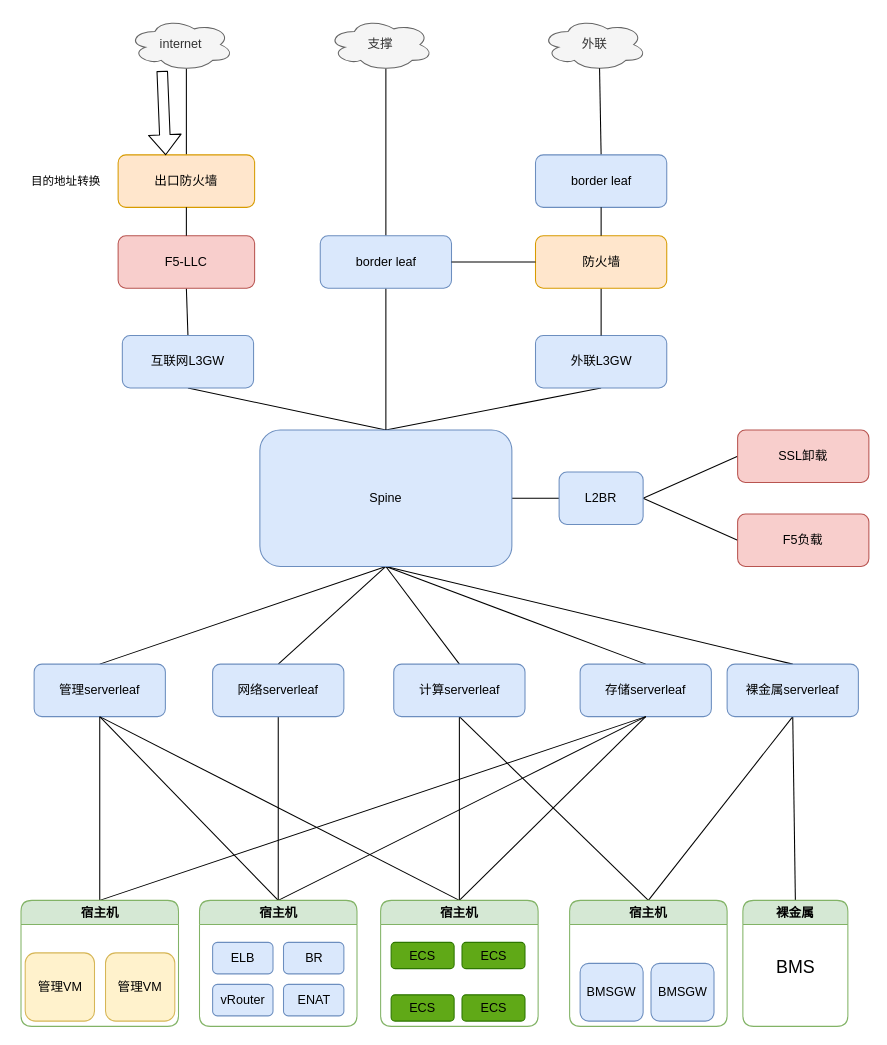
Above: 未命名绘图.drawio in taigerxxxx/huawei (draw.io), before the change. Source tidied: cells renumbered, new cells numbered last; positions are measured from the earlier drawing's top-left corner, leaving out a move shared by most shapes. Both pictures are drawn from the tidied source at 105%, with x=0, y=0 at pixel (18, 18).
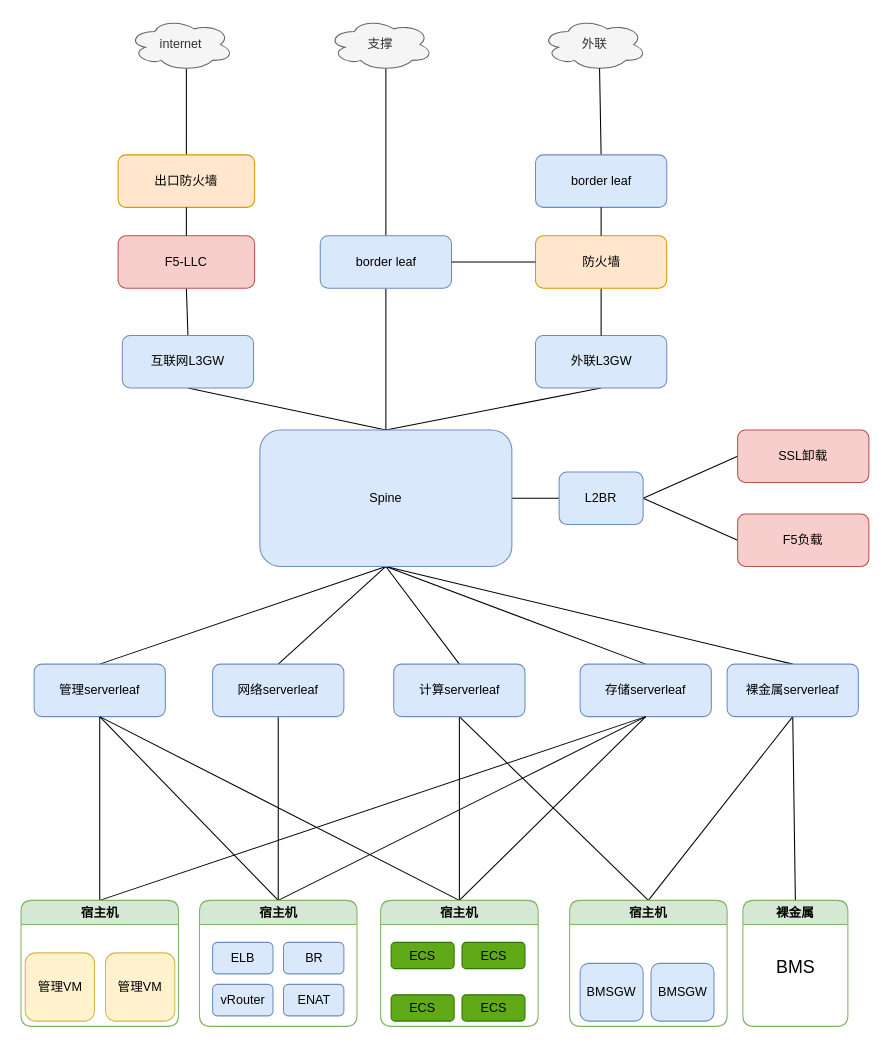
After the change.

Commit message (it also covers changes not shown here):
更新未命名绘图.drawio

The change refers to these unchanged cells:
```xml
<mxCell id="54" value="出口防火墙" style="rounded=1;whiteSpace=wrap;html=1;shadow=0;fillColor=#ffe6cc;strokeColor=#d79b00;" parent="1" vertex="1">
  <mxGeometry x="95" y="130" width="130" height="50" as="geometry" />
</mxCell>
```

The edit, as a diff of the source:
```diff
@@
-    <mxCell id="69" value="目的地址转换" style="text;html=1;align=center;verticalAlign=middle;strokeColor=none;fillColor=none;fontFamily=Helvetica;fontSize=11;fontColor=default;labelBackgroundColor=default;rounded=1;" parent="1" vertex="1">
-      <mxGeometry y="140" width="90" height="30" as="geometry" />
-    </mxCell>
-    <mxCell id="70" style="shape=flexArrow;endArrow=classic;html=1;rounded=1;shadow=0;strokeColor=default;align=center;verticalAlign=middle;fontFamily=Helvetica;fontSize=11;fontColor=default;labelBackgroundColor=default;entryX=0.348;entryY=0.007;entryDx=0;entryDy=0;entryPerimeter=0;" parent="1" edge="1" target="54">
-      <mxGeometry relative="1" as="geometry">
-        <mxPoint x="137" y="50" as="sourcePoint" />
-      </mxGeometry>
-    </mxCell>
```
